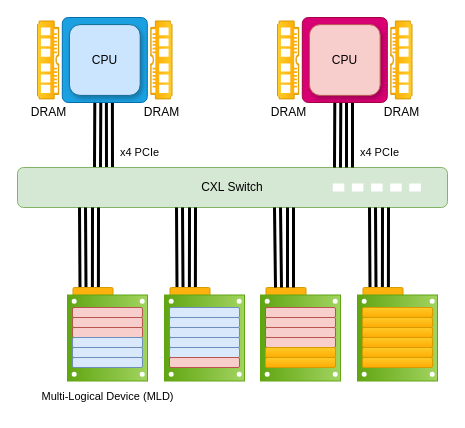
This is Single lines Single Switch MLD multiple hosts.drawio from kamilkhan52/cxl_diagrams, a draw.io file, before an edit. Source tidied: cells renumbered, new cells numbered last; positions are measured from the earlier drawing's top-left corner, leaving out a move shared by most shapes. Both pictures are drawn from the tidied source at 100%, with x=0, y=0 at pixel (17, 17).
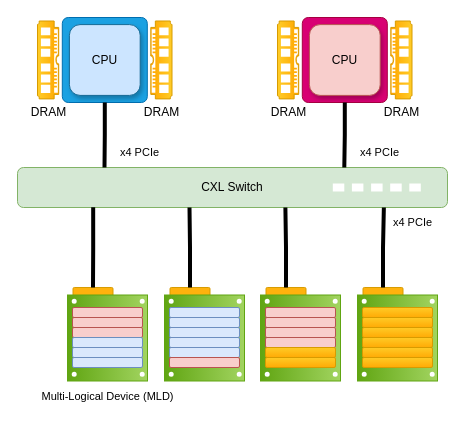
Above is the later version.

The change refers to these unchanged cells:
```xml
<mxCell id="6" value="CXL Switch" style="rounded=1;whiteSpace=wrap;html=1;fillColor=#d5e8d4;strokeColor=#82b366;" parent="5" vertex="1">
  <mxGeometry width="430" height="40" as="geometry" />
</mxCell>
<mxCell id="13" style="rounded=1;whiteSpace=wrap;html=1;direction=south;fillColor=#ffb20d;arcSize=7;strokeColor=#d79b00;rotation=90;" parent="12" vertex="1">
  <mxGeometry x="15.7" y="-10.2" width="19.6" height="40" as="geometry" />
</mxCell>
<mxCell id="28" style="rounded=1;whiteSpace=wrap;html=1;direction=south;fillColor=#ffb20d;arcSize=7;strokeColor=#d79b00;rotation=90;" parent="27" vertex="1">
  <mxGeometry x="15.7" y="-10.2" width="19.6" height="40" as="geometry" />
</mxCell>
<mxCell id="43" style="rounded=1;whiteSpace=wrap;html=1;direction=south;fillColor=#ffb20d;arcSize=7;strokeColor=#d79b00;rotation=90;" parent="42" vertex="1">
  <mxGeometry x="15.7" y="-10.2" width="19.6" height="40" as="geometry" />
</mxCell>
<mxCell id="59" style="rounded=1;whiteSpace=wrap;html=1;direction=south;fillColor=#ffb20d;arcSize=7;strokeColor=#d79b00;rotation=90;" parent="58" vertex="1">
  <mxGeometry x="15.7" y="-10.2" width="19.6" height="40" as="geometry" />
</mxCell>
<mxCell id="75" style="rounded=1;whiteSpace=wrap;html=1;arcSize=7;fillColor=#1ba1e2;strokeColor=#006EAF;fontColor=#ffffff;" parent="74" vertex="1">
  <mxGeometry width="85" height="85" as="geometry" />
</mxCell>
<mxCell id="84" style="rounded=1;whiteSpace=wrap;html=1;arcSize=7;fillColor=#d80073;strokeColor=#A50040;fontColor=#ffffff;" parent="83" vertex="1">
  <mxGeometry width="85" height="85" as="geometry" />
</mxCell>
```

The edit, as a diff of the source:
```diff
@@
-    <mxCell id="3" style="shape=link;html=1;rounded=0;entryX=0.411;entryY=0.991;entryDx=0;entryDy=0;entryPerimeter=0;strokeWidth=3;elbow=vertical;width=4;arcSize=20;" parent="1" edge="1">
-      <mxGeometry relative="1" as="geometry">
-        <mxPoint x="92" y="150" as="sourcePoint" />
-        <mxPoint x="91.9" y="85" as="targetPoint" />
-      </mxGeometry>
-    </mxCell>
-    <mxCell id="4" style="shape=link;html=1;rounded=0;entryX=0.411;entryY=0.991;entryDx=0;entryDy=0;entryPerimeter=0;strokeWidth=3;elbow=vertical;width=4;arcSize=20;" parent="1" edge="1">
-      <mxGeometry relative="1" as="geometry">
-        <mxPoint x="80" y="150" as="sourcePoint" />
-        <mxPoint x="80.3" y="85" as="targetPoint" />
-      </mxGeometry>
-    </mxCell>
@@
-    <mxCell id="25" style="shape=link;html=1;rounded=0;entryX=0.416;entryY=0.996;entryDx=0;entryDy=0;entryPerimeter=0;strokeWidth=3;elbow=vertical;width=4;arcSize=20;exitX=0.44;exitY=1.025;exitDx=0;exitDy=0;exitPerimeter=0;" parent="1" edge="1" source="28">
-      <mxGeometry relative="1" as="geometry">
-        <mxPoint x="368" y="190" as="targetPoint" />
-      </mxGeometry>
-    </mxCell>
-    <mxCell id="26" style="shape=link;html=1;rounded=0;entryX=0.373;entryY=0.998;entryDx=0;entryDy=0;entryPerimeter=0;strokeWidth=3;elbow=vertical;width=4;arcSize=20;exitX=0.75;exitY=1;exitDx=0;exitDy=0;" parent="1" edge="1" source="28">
-      <mxGeometry relative="1" as="geometry">
-        <mxPoint x="355" y="190" as="targetPoint" />
-      </mxGeometry>
-    </mxCell>
@@
-    <mxCell id="40" style="shape=link;html=1;rounded=0;entryX=0.416;entryY=0.996;entryDx=0;entryDy=0;entryPerimeter=0;strokeWidth=3;elbow=vertical;width=4;arcSize=20;exitX=0.44;exitY=1.025;exitDx=0;exitDy=0;exitPerimeter=0;" parent="1" edge="1" source="43">
-      <mxGeometry relative="1" as="geometry">
-        <mxPoint x="78" y="190" as="targetPoint" />
-      </mxGeometry>
-    </mxCell>
-    <mxCell id="41" style="shape=link;html=1;rounded=0;entryX=0.373;entryY=0.998;entryDx=0;entryDy=0;entryPerimeter=0;strokeWidth=3;elbow=vertical;width=4;arcSize=20;exitX=0.75;exitY=1;exitDx=0;exitDy=0;" parent="1" edge="1" source="43">
-      <mxGeometry relative="1" as="geometry">
-        <mxPoint x="65" y="190" as="targetPoint" />
-      </mxGeometry>
-    </mxCell>
@@
-    <mxCell id="56" style="shape=link;html=1;rounded=0;entryX=0.416;entryY=0.996;entryDx=0;entryDy=0;entryPerimeter=0;strokeWidth=3;elbow=vertical;width=4;arcSize=20;exitX=0.44;exitY=1.025;exitDx=0;exitDy=0;exitPerimeter=0;" parent="1" edge="1" source="59">
-      <mxGeometry relative="1" as="geometry">
-        <mxPoint x="175" y="190" as="targetPoint" />
-      </mxGeometry>
-    </mxCell>
-    <mxCell id="57" style="shape=link;html=1;rounded=0;entryX=0.373;entryY=0.998;entryDx=0;entryDy=0;entryPerimeter=0;strokeWidth=3;elbow=vertical;width=4;arcSize=20;exitX=0.75;exitY=1;exitDx=0;exitDy=0;" parent="1" edge="1" source="59">
-      <mxGeometry relative="1" as="geometry">
-        <mxPoint x="162" y="190" as="targetPoint" />
-      </mxGeometry>
-    </mxCell>
@@
-    <mxCell id="71" style="shape=link;html=1;rounded=0;entryX=0.416;entryY=0.996;entryDx=0;entryDy=0;entryPerimeter=0;strokeWidth=3;elbow=vertical;width=4;arcSize=20;exitX=0.44;exitY=1.025;exitDx=0;exitDy=0;exitPerimeter=0;" parent="1" edge="1">
-      <mxGeometry relative="1" as="geometry">
-        <mxPoint x="273" y="270" as="sourcePoint" />
-        <mxPoint x="273" y="190" as="targetPoint" />
-      </mxGeometry>
-    </mxCell>
-    <mxCell id="72" style="shape=link;html=1;rounded=0;entryX=0.373;entryY=0.998;entryDx=0;entryDy=0;entryPerimeter=0;strokeWidth=3;elbow=vertical;width=4;arcSize=20;exitX=0.75;exitY=1;exitDx=0;exitDy=0;" parent="1" edge="1">
-      <mxGeometry relative="1" as="geometry">
-        <mxPoint x="261" y="270" as="sourcePoint" />
-        <mxPoint x="260" y="190" as="targetPoint" />
-      </mxGeometry>
-    </mxCell>
@@
-    <mxCell id="80" style="shape=link;html=1;rounded=0;entryX=0.411;entryY=0.991;entryDx=0;entryDy=0;entryPerimeter=0;strokeWidth=3;elbow=vertical;width=4;arcSize=20;" parent="1" edge="1">
-      <mxGeometry relative="1" as="geometry">
-        <mxPoint x="332" y="150" as="sourcePoint" />
-        <mxPoint x="332" y="85" as="targetPoint" />
-      </mxGeometry>
-    </mxCell>
-    <mxCell id="81" style="shape=link;html=1;rounded=0;entryX=0.411;entryY=0.991;entryDx=0;entryDy=0;entryPerimeter=0;strokeWidth=3;elbow=vertical;width=4;arcSize=20;" parent="1" edge="1">
-      <mxGeometry relative="1" as="geometry">
-        <mxPoint x="320" y="150" as="sourcePoint" />
-        <mxPoint x="320.3" y="85" as="targetPoint" />
-      </mxGeometry>
-    </mxCell>
@@
+    <mxCell id="88" style="edgeStyle=orthogonalEdgeStyle;rounded=0;jettySize=auto;html=1;endArrow=none;endFill=0;strokeWidth=4;" parent="1" edge="1" source="75">
+      <mxGeometry relative="1" as="geometry">
+        <mxPoint x="87" y="150" as="targetPoint" />
+      </mxGeometry>
+    </mxCell>
+    <mxCell id="89" style="edgeStyle=orthogonalEdgeStyle;rounded=0;jettySize=auto;html=1;entryX=0.76;entryY=0;entryDx=0;entryDy=0;entryPerimeter=0;strokeColor=default;strokeWidth=4;align=center;verticalAlign=middle;fontFamily=Helvetica;fontSize=11;fontColor=default;labelBackgroundColor=default;endArrow=none;endFill=0;" parent="1" edge="1" source="84" target="6">
+      <mxGeometry relative="1" as="geometry" />
+    </mxCell>
+    <mxCell id="90" style="edgeStyle=orthogonalEdgeStyle;rounded=0;jettySize=auto;html=1;entryX=0.5;entryY=1;entryDx=0;entryDy=0;strokeColor=default;strokeWidth=4;align=center;verticalAlign=middle;fontFamily=Helvetica;fontSize=11;fontColor=default;labelBackgroundColor=default;endArrow=none;endFill=0;exitX=0.176;exitY=0.995;exitDx=0;exitDy=0;exitPerimeter=0;" parent="1" edge="1" source="6" target="43">
+      <mxGeometry relative="1" as="geometry" />
+    </mxCell>
+    <mxCell id="91" style="edgeStyle=orthogonalEdgeStyle;rounded=0;jettySize=auto;html=1;entryX=0.4;entryY=1;entryDx=0;entryDy=0;entryPerimeter=0;strokeColor=default;strokeWidth=4;align=center;verticalAlign=middle;fontFamily=Helvetica;fontSize=11;fontColor=default;labelBackgroundColor=default;endArrow=none;endFill=0;" parent="1" edge="1" source="59" target="6">
+      <mxGeometry relative="1" as="geometry" />
+    </mxCell>
+    <mxCell id="92" style="edgeStyle=orthogonalEdgeStyle;rounded=0;jettySize=auto;html=1;entryX=0.623;entryY=1;entryDx=0;entryDy=0;entryPerimeter=0;strokeColor=default;strokeWidth=4;align=center;verticalAlign=middle;fontFamily=Helvetica;fontSize=11;fontColor=default;labelBackgroundColor=default;endArrow=none;endFill=0;" parent="1" edge="1" source="13" target="6">
+      <mxGeometry relative="1" as="geometry" />
+    </mxCell>
+    <mxCell id="93" style="edgeStyle=orthogonalEdgeStyle;rounded=0;jettySize=auto;html=1;entryX=0.852;entryY=1;entryDx=0;entryDy=0;entryPerimeter=0;strokeColor=default;strokeWidth=4;align=center;verticalAlign=middle;fontFamily=Helvetica;fontSize=11;fontColor=default;labelBackgroundColor=default;endArrow=none;endFill=0;" parent="1" edge="1" source="28" target="6">
+      <mxGeometry relative="1" as="geometry" />
+    </mxCell>
+    <mxCell id="94" value="x4 PCIe" style="text;html=1;align=center;verticalAlign=middle;strokeColor=none;fillColor=none;fontFamily=Helvetica;fontSize=11;fontColor=default;labelBackgroundColor=default;" parent="1" vertex="1">
+      <mxGeometry x="365" y="190" width="60" height="30" as="geometry" />
+    </mxCell>
```
